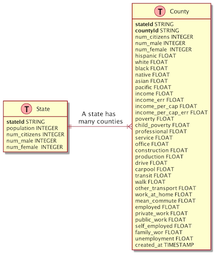
Above: docs/architecture/data/erd.png in bcgalvin/cdk-kinesis-firehose-athena (PlantUML), before the change. Its source is kept beside it as docs/architecture/data/erd.puml.
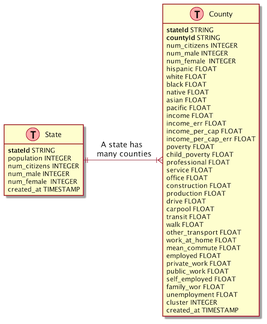
Later version of the same file.

Commit message:
add sagemaker query pattern to erd

The edit, as a diff of the source:
```diff
@@ -14,6 +14,7 @@
 num_citizens INTEGER
 num_male INTEGER
 num_female  INTEGER
+created_at TIMESTAMP
 }
 
 Table(COUNTY, "County") {
@@ -52,6 +53,7 @@
 self_employed FLOAT
 family_wor FLOAT
 unemployment FLOAT
+cluster INTEGER
 created_at TIMESTAMP
 }
 
```
